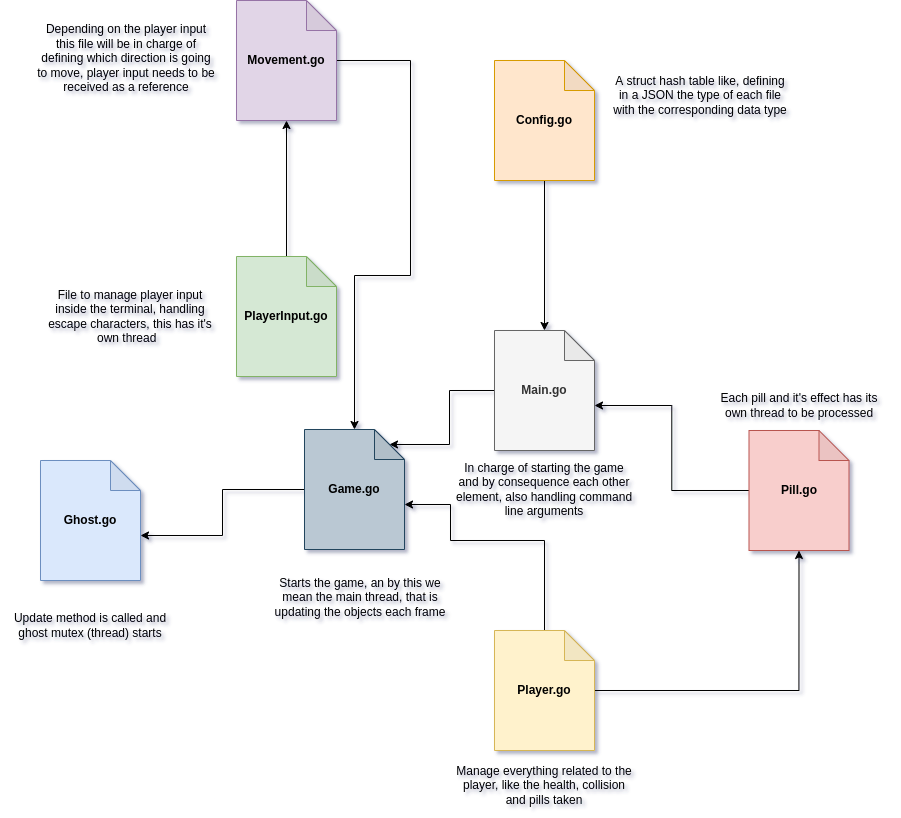
Above: images/architecture.png in S4ND1X/PacmanGo (draw.io), before the change. Source tidied: cells renumbered, new cells last; positions are measured from the earlier drawing's top-left corner, leaving out a move shared by most shapes.
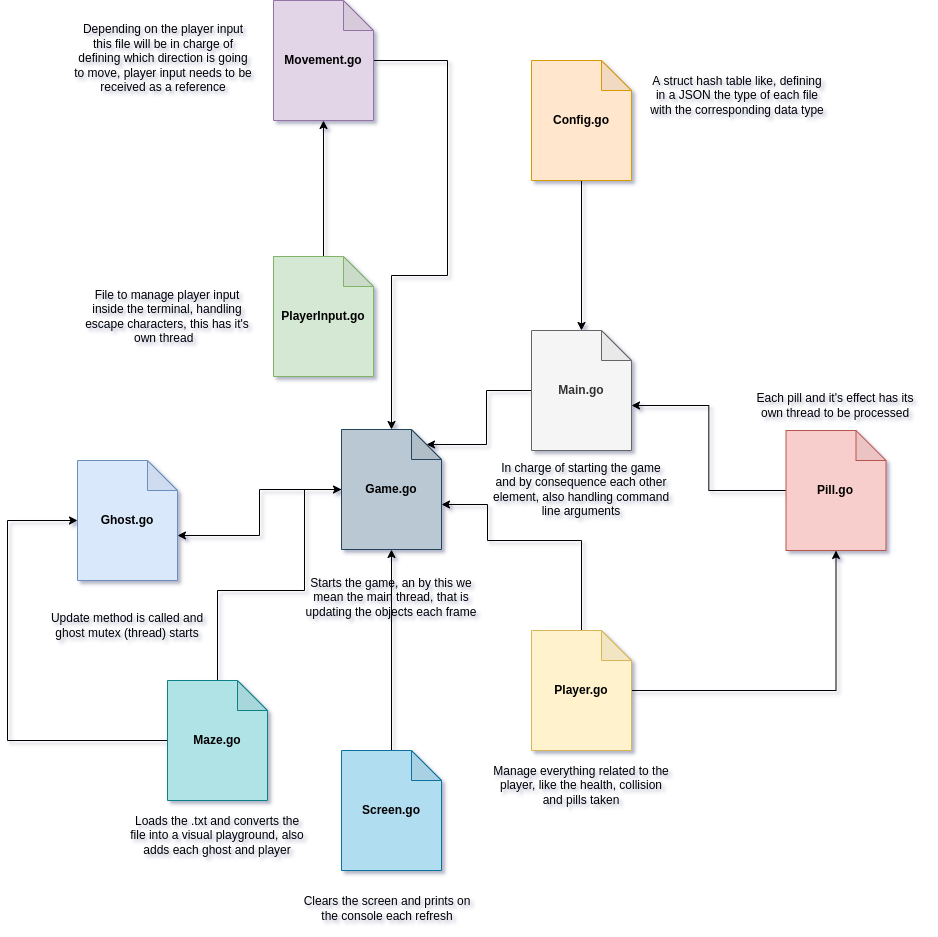
After the commit.

Commit message:
hotfix: change architecture scheenshot

The edit, as a diff of the source:
```diff
@@ -32,18 +32,18 @@
     <mxCell id="11" value="File to manage player input inside the terminal, handling escape characters, this has it's own thread&amp;nbsp;&amp;nbsp;" style="text;html=1;strokeColor=none;fillColor=none;align=center;verticalAlign=middle;whiteSpace=wrap;rounded=0;" parent="1" vertex="1">
       <mxGeometry x="40" y="301" width="180" height="30" as="geometry" />
     </mxCell>
+    <mxCell id="26" style="edgeStyle=orthogonalEdgeStyle;rounded=0;jettySize=auto;html=1;entryX=0.5;entryY=1;entryDx=0;entryDy=0;entryPerimeter=0;" parent="1" edge="1" source="14" target="7">
+      <mxGeometry relative="1" as="geometry" />
+    </mxCell>
-    <mxCell id="12" style="edgeStyle=orthogonalEdgeStyle;rounded=0;jettySize=auto;html=1;entryX=0.5;entryY=1;entryDx=0;entryDy=0;entryPerimeter=0;" parent="1" edge="1" source="14" target="7">
-      <mxGeometry relative="1" as="geometry" />
+    <mxCell id="12" style="edgeStyle=orthogonalEdgeStyle;rounded=0;jettySize=auto;html=1;entryX=0;entryY=0;entryDx=100;entryDy=75;entryPerimeter=0;" parent="1" edge="1" source="14" target="23">
+      <mxGeometry relative="1" as="geometry">
+        <Array as="points">
+          <mxPoint x="544" y="540" />
+          <mxPoint x="450" y="540" />
+          <mxPoint x="450" y="504" />
+        </Array>
+      </mxGeometry>
     </mxCell>
-    <mxCell id="13" style="edgeStyle=orthogonalEdgeStyle;rounded=0;jettySize=auto;html=1;entryX=0;entryY=0;entryDx=100;entryDy=75;entryPerimeter=0;" parent="1" edge="1" source="14" target="23">
-      <mxGeometry relative="1" as="geometry">
-        <Array as="points">
-          <mxPoint x="544" y="540" />
-          <mxPoint x="450" y="540" />
-          <mxPoint x="450" y="504" />
-        </Array>
-      </mxGeometry>
-    </mxCell>
     <mxCell id="14" value="&lt;b&gt;Player.go&lt;/b&gt;" style="shape=note;whiteSpace=wrap;html=1;backgroundOutline=1;darkOpacity=0.05;fillColor=#fff2cc;strokeColor=#d6b656;" parent="1" vertex="1">
       <mxGeometry x="494" y="630" width="100" height="120" as="geometry" />
     </mxCell>
@@ -80,11 +80,43 @@
     <mxCell id="23" value="&lt;b&gt;Game.go&lt;/b&gt;" style="shape=note;whiteSpace=wrap;html=1;backgroundOutline=1;darkOpacity=0.05;fillColor=#bac8d3;strokeColor=#23445d;" parent="1" vertex="1">
       <mxGeometry x="304" y="429" width="100" height="120" as="geometry" />
     </mxCell>
+    <mxCell id="25" value="In charge of starting the game and by consequence each other element, also handling command line arguments" style="text;html=1;strokeColor=none;fillColor=none;align=center;verticalAlign=middle;whiteSpace=wrap;rounded=0;" parent="1" vertex="1">
+      <mxGeometry x="454" y="471.5" width="180" height="35" as="geometry" />
+    </mxCell>
+    <mxCell id="27" style="edgeStyle=orthogonalEdgeStyle;rounded=0;jettySize=auto;html=1;entryX=0.5;entryY=1;entryDx=0;entryDy=0;entryPerimeter=0;" parent="1" edge="1" source="28" target="23">
+      <mxGeometry relative="1" as="geometry" />
+    </mxCell>
+    <mxCell id="28" value="&lt;b&gt;Screen.go&lt;/b&gt;" style="shape=note;whiteSpace=wrap;html=1;backgroundOutline=1;darkOpacity=0.05;fillColor=#b1ddf0;strokeColor=#10739e;" parent="1" vertex="1">
+      <mxGeometry x="304" y="750" width="100" height="120" as="geometry" />
+    </mxCell>
+    <mxCell id="29" value="Clears the screen and prints on the console each refresh" style="text;html=1;strokeColor=none;fillColor=none;align=center;verticalAlign=middle;whiteSpace=wrap;rounded=0;" parent="1" vertex="1">
+      <mxGeometry x="260" y="890" width="180" height="35" as="geometry" />
+    </mxCell>
+    <mxCell id="30" style="edgeStyle=orthogonalEdgeStyle;rounded=0;jettySize=auto;html=1;entryX=0;entryY=0.5;entryDx=0;entryDy=0;entryPerimeter=0;" parent="1" edge="1" source="32" target="23">
+      <mxGeometry relative="1" as="geometry">
+        <Array as="points">
+          <mxPoint x="180" y="590" />
+          <mxPoint x="267" y="590" />
+          <mxPoint x="267" y="489" />
+        </Array>
+      </mxGeometry>
+    </mxCell>
+    <mxCell id="31" style="edgeStyle=orthogonalEdgeStyle;rounded=0;jettySize=auto;html=1;entryX=0;entryY=0.5;entryDx=0;entryDy=0;entryPerimeter=0;" parent="1" edge="1" source="32" target="4">
+      <mxGeometry relative="1" as="geometry">
+        <Array as="points">
+          <mxPoint x="-30" y="740" />
+          <mxPoint x="-30" y="520" />
+        </Array>
+      </mxGeometry>
+    </mxCell>
+    <mxCell id="32" value="&lt;b&gt;Maze.go&lt;/b&gt;" style="shape=note;whiteSpace=wrap;html=1;backgroundOutline=1;darkOpacity=0.05;fillColor=#b0e3e6;strokeColor=#0e8088;" parent="1" vertex="1">
+      <mxGeometry x="130" y="680" width="100" height="120" as="geometry" />
+    </mxCell>
     <mxCell id="24" value="Starts the game, an by this we mean the main thread, that is updating the objects each frame" style="text;html=1;strokeColor=none;fillColor=none;align=center;verticalAlign=middle;whiteSpace=wrap;rounded=0;" parent="1" vertex="1">
-      <mxGeometry x="270" y="579" width="180" height="35" as="geometry" />
+      <mxGeometry x="264" y="579" width="180" height="35" as="geometry" />
     </mxCell>
-    <mxCell id="25" value="In charge of starting the game and by consequence each other element, also handling command line arguments" style="text;html=1;strokeColor=none;fillColor=none;align=center;verticalAlign=middle;whiteSpace=wrap;rounded=0;" parent="1" vertex="1">
-      <mxGeometry x="454" y="471.5" width="180" height="35" as="geometry" />
-    </mxCell>
+    <mxCell id="33" value="Loads the .txt and converts the file into a visual playground, also adds each ghost and player" style="text;html=1;strokeColor=none;fillColor=none;align=center;verticalAlign=middle;whiteSpace=wrap;rounded=0;" parent="1" vertex="1">
+      <mxGeometry x="90" y="820" width="180" height="30" as="geometry" />
+    </mxCell>
   </root>
 </mxGraphModel>
```
